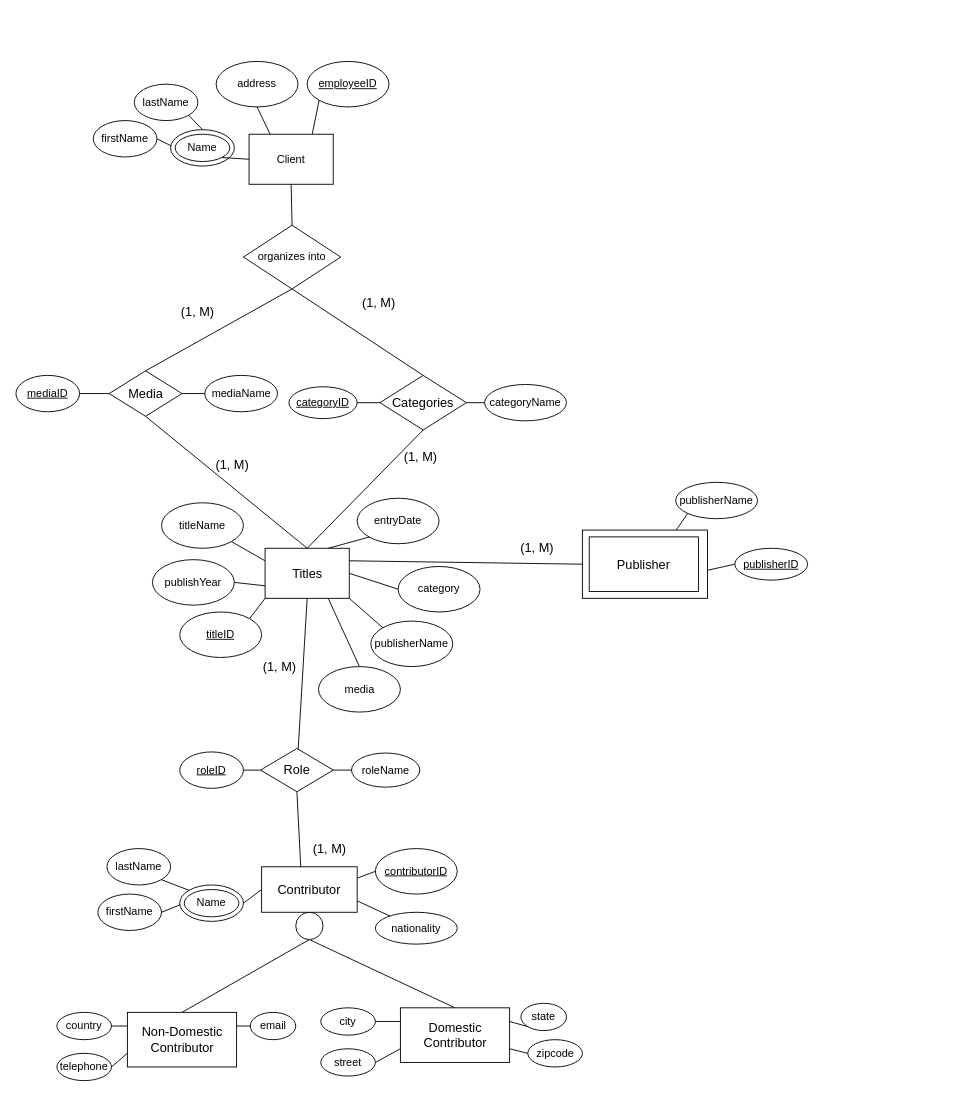
Above: projecteerd.drawio in roning54/database_design (draw.io), before the change. Source tidied: cells renumbered, new cells numbered last; positions are measured from the earlier drawing's top-left corner, leaving out a move shared by most shapes. Both pictures are drawn from the tidied source at 91%, with x=0, y=0 at pixel (15, 61).
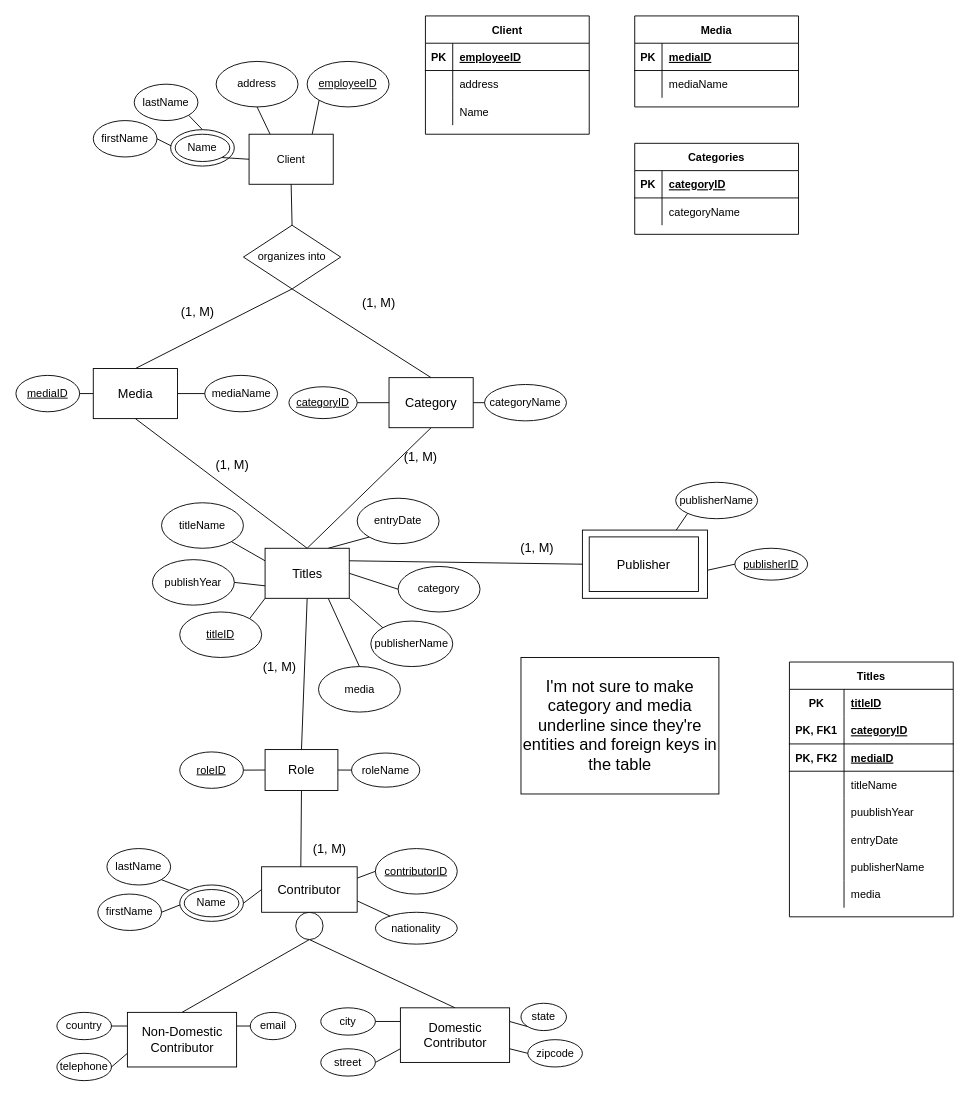
Above is the later version.

Unchanged cells that the change refers to:
```xml
<mxCell id="7" value="&lt;u&gt;mediaID&lt;/u&gt;" style="ellipse;whiteSpace=wrap;html=1;" parent="1" vertex="1">
  <mxGeometry y="345" width="70" height="40" as="geometry" />
</mxCell>
<mxCell id="8" value="mediaName" style="ellipse;whiteSpace=wrap;html=1;" parent="1" vertex="1">
  <mxGeometry x="207.5" y="345" width="80" height="40" as="geometry" />
</mxCell>
<mxCell id="43" value="&lt;u&gt;categoryID&lt;/u&gt;" style="ellipse;whiteSpace=wrap;html=1;" parent="1" vertex="1">
  <mxGeometry x="300" y="357.5" width="75" height="35" as="geometry" />
</mxCell>
<mxCell id="44" value="categoryName" style="ellipse;whiteSpace=wrap;html=1;" parent="1" vertex="1">
  <mxGeometry x="515" y="355" width="90" height="40" as="geometry" />
</mxCell>
<mxCell id="78" value="&lt;font style=&quot;font-size: 14px&quot;&gt;Titles&lt;/font&gt;" style="rounded=0;whiteSpace=wrap;html=1;" parent="1" vertex="1">
  <mxGeometry x="273.8" y="535" width="92.5" height="55" as="geometry" />
</mxCell>
<mxCell id="95" value="organizes into" style="rhombus;whiteSpace=wrap;html=1;" parent="1" vertex="1">
  <mxGeometry x="250" y="180" width="106.9" height="70" as="geometry" />
</mxCell>
```

Diff of the diagram source:
```diff
@@
-    <mxCell id="9" style="endArrow=none;html=1;entryX=0;entryY=0.5;entryDx=0;entryDy=0;exitX=1;exitY=0.5;exitDx=0;exitDy=0;" parent="1" edge="1" source="63" target="8">
+    <mxCell id="9" style="endArrow=none;html=1;entryX=0;entryY=0.5;entryDx=0;entryDy=0;exitX=1;exitY=0.5;exitDx=0;exitDy=0;" parent="1" edge="1" source="98" target="8">
       <mxGeometry relative="1" as="geometry" />
     </mxCell>
-    <mxCell id="10" style="endArrow=none;html=1;entryX=1;entryY=0.5;entryDx=0;entryDy=0;exitX=0;exitY=0.5;exitDx=0;exitDy=0;" parent="1" edge="1" source="63" target="7">
+    <mxCell id="10" style="endArrow=none;html=1;entryX=1;entryY=0.5;entryDx=0;entryDy=0;exitX=0;exitY=0.5;exitDx=0;exitDy=0;" parent="1" edge="1" source="98" target="7">
       <mxGeometry relative="1" as="geometry" />
     </mxCell>
@@
-    <mxCell id="45" style="endArrow=none;html=1;entryX=0;entryY=0.5;entryDx=0;entryDy=0;exitX=1;exitY=0.5;exitDx=0;exitDy=0;" parent="1" edge="1" source="79" target="44">
+    <mxCell id="45" style="endArrow=none;html=1;entryX=0;entryY=0.5;entryDx=0;entryDy=0;exitX=1;exitY=0.5;exitDx=0;exitDy=0;" parent="1" edge="1" source="99" target="44">
       <mxGeometry relative="1" as="geometry" />
     </mxCell>
-    <mxCell id="46" style="endArrow=none;html=1;entryX=0;entryY=0.5;entryDx=0;entryDy=0;exitX=1;exitY=0.5;exitDx=0;exitDy=0;" parent="1" edge="1" source="43" target="79">
+    <mxCell id="46" style="endArrow=none;html=1;entryX=0;entryY=0.5;entryDx=0;entryDy=0;exitX=1;exitY=0.5;exitDx=0;exitDy=0;" parent="1" edge="1" source="43" target="99">
       <mxGeometry relative="1" as="geometry" />
     </mxCell>
-    <mxCell id="47" value="&lt;font style=&quot;font-size: 14px&quot;&gt;Role&lt;/font&gt;" style="rhombus;whiteSpace=wrap;html=1;" parent="1" vertex="1">
-      <mxGeometry x="268.8" y="755" width="80" height="47.5" as="geometry" />
-    </mxCell>
@@
-    <mxCell id="50" style="endArrow=none;html=1;entryX=0.5;entryY=0;entryDx=0;entryDy=0;exitX=0.5;exitY=1;exitDx=0;exitDy=0;" parent="1" edge="1" source="95" target="79">
+    <mxCell id="50" style="endArrow=none;html=1;entryX=0.5;entryY=0;entryDx=0;entryDy=0;exitX=0.5;exitY=1;exitDx=0;exitDy=0;" parent="1" edge="1" source="95" target="99">
       <mxGeometry relative="1" as="geometry" />
     </mxCell>
@@
-    <mxCell id="63" value="&lt;font style=&quot;font-size: 14px&quot;&gt;Media&lt;/font&gt;" style="rhombus;whiteSpace=wrap;html=1;" parent="1" vertex="1">
-      <mxGeometry x="102.5" y="340" width="80" height="50" as="geometry" />
-    </mxCell>
@@
-    <mxCell id="74" style="endArrow=none;html=1;entryX=0.5;entryY=1;entryDx=0;entryDy=0;" parent="1" edge="1" source="47" target="78">
+    <mxCell id="74" style="endArrow=none;html=1;entryX=0.5;entryY=1;entryDx=0;entryDy=0;exitX=0.5;exitY=0;exitDx=0;exitDy=0;" parent="1" edge="1" source="47" target="78">
       <mxGeometry relative="1" as="geometry" />
     </mxCell>
@@
-    <mxCell id="76" style="endArrow=none;html=1;entryX=0.5;entryY=1;entryDx=0;entryDy=0;exitX=0.5;exitY=0;exitDx=0;exitDy=0;" parent="1" edge="1" source="78" target="79">
+    <mxCell id="76" style="endArrow=none;html=1;entryX=0.5;entryY=1;entryDx=0;entryDy=0;exitX=0.5;exitY=0;exitDx=0;exitDy=0;" parent="1" edge="1" source="78" target="99">
       <mxGeometry relative="1" as="geometry" />
     </mxCell>
@@
-    <mxCell id="79" value="&lt;font style=&quot;font-size: 14px&quot;&gt;Categories&lt;/font&gt;" style="rhombus;whiteSpace=wrap;html=1;" parent="1" vertex="1">
-      <mxGeometry x="400" y="345" width="95" height="60" as="geometry" />
-    </mxCell>
@@
-    <mxCell id="92" style="endArrow=none;html=1;entryX=0.5;entryY=0;entryDx=0;entryDy=0;exitX=0.5;exitY=1;exitDx=0;exitDy=0;" parent="1" edge="1" source="63" target="78">
+    <mxCell id="92" style="endArrow=none;html=1;entryX=0.5;entryY=0;entryDx=0;entryDy=0;exitX=0.5;exitY=1;exitDx=0;exitDy=0;" parent="1" edge="1" source="98" target="78">
       <mxGeometry relative="1" as="geometry" />
     </mxCell>
@@
-    <mxCell id="94" style="endArrow=none;html=1;entryX=0.5;entryY=0;entryDx=0;entryDy=0;exitX=0.5;exitY=1;exitDx=0;exitDy=0;" parent="1" edge="1" source="95" target="63">
+    <mxCell id="94" style="endArrow=none;html=1;entryX=0.5;entryY=0;entryDx=0;entryDy=0;exitX=0.5;exitY=1;exitDx=0;exitDy=0;" parent="1" edge="1" source="95" target="98">
       <mxGeometry relative="1" as="geometry" />
     </mxCell>
@@
+    <mxCell id="98" value="&lt;font style=&quot;font-size: 14px&quot;&gt;Media&lt;/font&gt;" style="rounded=0;whiteSpace=wrap;html=1;" parent="1" vertex="1">
+      <mxGeometry x="85" y="337.5" width="92.5" height="55" as="geometry" />
+    </mxCell>
+    <mxCell id="99" value="&lt;font style=&quot;font-size: 14px&quot;&gt;Category&lt;/font&gt;" style="rounded=0;whiteSpace=wrap;html=1;" parent="1" vertex="1">
+      <mxGeometry x="410" y="347.5" width="92.5" height="55" as="geometry" />
+    </mxCell>
+    <mxCell id="47" value="&lt;font style=&quot;font-size: 14px&quot;&gt;Role&lt;/font&gt;" style="rounded=0;whiteSpace=wrap;html=1;" parent="1" vertex="1">
+      <mxGeometry x="273.8" y="756.2" width="80" height="45" as="geometry" />
+    </mxCell>
+    <mxCell id="100" value="Client" style="shape=table;startSize=30;childLayout=tableLayout;rowLines=0;fontStyle=1;align=center;" parent="1" vertex="1">
+      <mxGeometry x="450" y="-50" width="180" height="130" as="geometry" />
+    </mxCell>
+    <mxCell id="101" style="shape=partialRectangle;fillColor=none;top=0;left=0;bottom=1;right=0;" parent="100" vertex="1">
+      <mxGeometry y="30" width="180" height="30" as="geometry" />
+    </mxCell>
+    <mxCell id="102" value="PK" style="shape=partialRectangle;fillColor=none;top=0;left=0;bottom=0;right=0;fontStyle=1;overflow=hidden;" parent="101" vertex="1">
+      <mxGeometry width="30" height="30" as="geometry" />
+    </mxCell>
+    <mxCell id="103" value="employeeID" style="shape=partialRectangle;fillColor=none;top=0;left=0;bottom=0;right=0;align=left;spacingLeft=6;fontStyle=5;overflow=hidden;" parent="101" vertex="1">
+      <mxGeometry x="30" width="150" height="30" as="geometry" />
+    </mxCell>
+    <mxCell id="104" style="shape=partialRectangle;fillColor=none;top=0;left=0;bottom=0;right=0;" parent="100" vertex="1">
+      <mxGeometry y="60" width="180" height="30" as="geometry" />
+    </mxCell>
+    <mxCell id="105" style="shape=partialRectangle;fillColor=none;top=0;left=0;bottom=0;right=0;overflow=hidden;" parent="104" vertex="1">
+      <mxGeometry width="30" height="30" as="geometry" />
+    </mxCell>
+    <mxCell id="106" value="address" style="shape=partialRectangle;fillColor=none;top=0;left=0;bottom=0;right=0;align=left;spacingLeft=6;overflow=hidden;" parent="104" vertex="1">
+      <mxGeometry x="30" width="150" height="30" as="geometry" />
+    </mxCell>
+    <mxCell id="107" style="shape=partialRectangle;fillColor=none;top=0;left=0;bottom=0;right=0;" parent="100" vertex="1">
+      <mxGeometry y="90" width="180" height="30" as="geometry" />
+    </mxCell>
+    <mxCell id="108" style="shape=partialRectangle;fillColor=none;top=0;left=0;bottom=0;right=0;overflow=hidden;" parent="107" vertex="1">
+      <mxGeometry width="30" height="30" as="geometry" />
+    </mxCell>
+    <mxCell id="109" value="Name" style="shape=partialRectangle;fillColor=none;top=0;left=0;bottom=0;right=0;align=left;spacingLeft=6;overflow=hidden;" parent="107" vertex="1">
+      <mxGeometry x="30" width="150" height="30" as="geometry" />
+    </mxCell>
+    <mxCell id="110" value="Media" style="shape=table;startSize=30;childLayout=tableLayout;rowLines=0;fontStyle=1;align=center;" parent="1" vertex="1">
+      <mxGeometry x="680" y="-50" width="180" height="100" as="geometry" />
+    </mxCell>
+    <mxCell id="111" style="shape=partialRectangle;fillColor=none;top=0;left=0;bottom=1;right=0;" parent="110" vertex="1">
+      <mxGeometry y="30" width="180" height="30" as="geometry" />
+    </mxCell>
+    <mxCell id="112" value="PK" style="shape=partialRectangle;fillColor=none;top=0;left=0;bottom=0;right=0;fontStyle=1;overflow=hidden;" parent="111" vertex="1">
+      <mxGeometry width="30" height="30" as="geometry" />
+    </mxCell>
+    <mxCell id="113" value="mediaID" style="shape=partialRectangle;fillColor=none;top=0;left=0;bottom=0;right=0;align=left;spacingLeft=6;fontStyle=5;overflow=hidden;" parent="111" vertex="1">
+      <mxGeometry x="30" width="150" height="30" as="geometry" />
+    </mxCell>
+    <mxCell id="114" style="shape=partialRectangle;fillColor=none;top=0;left=0;bottom=0;right=0;" parent="110" vertex="1">
+      <mxGeometry y="60" width="180" height="30" as="geometry" />
+    </mxCell>
+    <mxCell id="115" style="shape=partialRectangle;fillColor=none;top=0;left=0;bottom=0;right=0;overflow=hidden;" parent="114" vertex="1">
+      <mxGeometry width="30" height="30" as="geometry" />
+    </mxCell>
+    <mxCell id="116" value="mediaName" style="shape=partialRectangle;fillColor=none;top=0;left=0;bottom=0;right=0;align=left;spacingLeft=6;overflow=hidden;" parent="114" vertex="1">
+      <mxGeometry x="30" width="150" height="30" as="geometry" />
+    </mxCell>
+    <mxCell id="79" value="Categories" style="shape=table;startSize=30;childLayout=tableLayout;rowLines=0;fontStyle=1;align=center;" parent="1" vertex="1">
+      <mxGeometry x="680" y="90" width="180" height="100" as="geometry" />
+    </mxCell>
+    <mxCell id="117" style="shape=partialRectangle;fillColor=none;top=0;left=0;bottom=1;right=0;" parent="79" vertex="1">
+      <mxGeometry y="30" width="180" height="30" as="geometry" />
+    </mxCell>
+    <mxCell id="118" value="PK" style="shape=partialRectangle;fillColor=none;top=0;left=0;bottom=0;right=0;fontStyle=1;overflow=hidden;" parent="117" vertex="1">
+      <mxGeometry width="30" height="30" as="geometry" />
+    </mxCell>
+    <mxCell id="119" value="categoryID" style="shape=partialRectangle;fillColor=none;top=0;left=0;bottom=0;right=0;align=left;spacingLeft=6;fontStyle=5;overflow=hidden;" parent="117" vertex="1">
+      <mxGeometry x="30" width="150" height="30" as="geometry" />
+    </mxCell>
+    <mxCell id="120" style="shape=partialRectangle;fillColor=none;top=0;left=0;bottom=0;right=0;" parent="79" vertex="1">
+      <mxGeometry y="60" width="180" height="30" as="geometry" />
+    </mxCell>
+    <mxCell id="121" style="shape=partialRectangle;fillColor=none;top=0;left=0;bottom=0;right=0;overflow=hidden;" parent="120" vertex="1">
+      <mxGeometry width="30" height="30" as="geometry" />
+    </mxCell>
+    <mxCell id="122" value="categoryName" style="shape=partialRectangle;fillColor=none;top=0;left=0;bottom=0;right=0;align=left;spacingLeft=6;overflow=hidden;" parent="120" vertex="1">
+      <mxGeometry x="30" width="150" height="30" as="geometry" />
+    </mxCell>
+    <mxCell id="123" value="Titles" style="shape=table;startSize=30;childLayout=tableLayout;rowLines=0;fontStyle=1;align=center;" parent="1" vertex="1">
+      <mxGeometry x="850" y="660" width="180" height="280" as="geometry" />
+    </mxCell>
+    <mxCell id="124" style="shape=partialRectangle;fillColor=none;top=0;left=0;bottom=0;right=0;" parent="123" vertex="1">
+      <mxGeometry y="30" width="180" height="30" as="geometry" />
+    </mxCell>
+    <mxCell id="125" value="PK" style="shape=partialRectangle;fillColor=none;top=0;left=0;bottom=0;right=0;fontStyle=1;overflow=hidden;" parent="124" vertex="1">
+      <mxGeometry width="60" height="30" as="geometry" />
+    </mxCell>
+    <mxCell id="126" value="titleID" style="shape=partialRectangle;fillColor=none;top=0;left=0;bottom=0;right=0;align=left;spacingLeft=6;fontStyle=5;overflow=hidden;" parent="124" vertex="1">
+      <mxGeometry x="60" width="120" height="30" as="geometry" />
+    </mxCell>
+    <mxCell id="127" style="shape=partialRectangle;fillColor=none;top=0;left=0;bottom=1;right=0;" parent="123" vertex="1">
+      <mxGeometry y="60" width="180" height="30" as="geometry" />
+    </mxCell>
+    <mxCell id="128" value="PK, FK1" style="shape=partialRectangle;fillColor=none;top=0;left=0;bottom=0;right=0;fontStyle=1;overflow=hidden;" parent="127" vertex="1">
+      <mxGeometry width="60" height="30" as="geometry" />
+    </mxCell>
+    <mxCell id="129" value="categoryID" style="shape=partialRectangle;fillColor=none;top=0;left=0;bottom=0;right=0;align=left;spacingLeft=6;fontStyle=5;overflow=hidden;" parent="127" vertex="1">
+      <mxGeometry x="60" width="120" height="30" as="geometry" />
+    </mxCell>
+    <mxCell id="130" style="shape=partialRectangle;fillColor=none;top=0;left=0;bottom=1;right=0;" parent="123" vertex="1">
+      <mxGeometry y="90" width="180" height="30" as="geometry" />
+    </mxCell>
+    <mxCell id="131" value="PK, FK2" style="shape=partialRectangle;fillColor=none;top=0;left=0;bottom=0;right=0;fontStyle=1;overflow=hidden;" parent="130" vertex="1">
+      <mxGeometry width="60" height="30" as="geometry" />
+    </mxCell>
+    <mxCell id="132" value="mediaID" style="shape=partialRectangle;fillColor=none;top=0;left=0;bottom=0;right=0;align=left;spacingLeft=6;fontStyle=5;overflow=hidden;" parent="130" vertex="1">
+      <mxGeometry x="60" width="120" height="30" as="geometry" />
+    </mxCell>
+    <mxCell id="133" style="shape=partialRectangle;fillColor=none;top=0;left=0;bottom=0;right=0;" parent="123" vertex="1">
+      <mxGeometry y="120" width="180" height="30" as="geometry" />
+    </mxCell>
+    <mxCell id="134" style="shape=partialRectangle;fillColor=none;top=0;left=0;bottom=0;right=0;overflow=hidden;" parent="133" vertex="1">
+      <mxGeometry width="60" height="30" as="geometry" />
+    </mxCell>
+    <mxCell id="135" value="titleName" style="shape=partialRectangle;fillColor=none;top=0;left=0;bottom=0;right=0;align=left;spacingLeft=6;overflow=hidden;" parent="133" vertex="1">
+      <mxGeometry x="60" width="120" height="30" as="geometry" />
+    </mxCell>
+    <mxCell id="136" style="shape=partialRectangle;fillColor=none;top=0;left=0;bottom=0;right=0;" parent="123" vertex="1">
+      <mxGeometry y="150" width="180" height="30" as="geometry" />
+    </mxCell>
+    <mxCell id="137" style="shape=partialRectangle;fillColor=none;top=0;left=0;bottom=0;right=0;overflow=hidden;" parent="136" vertex="1">
+      <mxGeometry width="60" height="30" as="geometry" />
+    </mxCell>
+    <mxCell id="138" value="puublishYear" style="shape=partialRectangle;fillColor=none;top=0;left=0;bottom=0;right=0;align=left;spacingLeft=6;overflow=hidden;" parent="136" vertex="1">
+      <mxGeometry x="60" width="120" height="30" as="geometry" />
+    </mxCell>
+    <mxCell id="139" style="shape=partialRectangle;fillColor=none;top=0;left=0;bottom=0;right=0;" parent="123" vertex="1">
+      <mxGeometry y="180" width="180" height="30" as="geometry" />
+    </mxCell>
+    <mxCell id="140" style="shape=partialRectangle;fillColor=none;top=0;left=0;bottom=0;right=0;overflow=hidden;" parent="139" vertex="1">
+      <mxGeometry width="60" height="30" as="geometry" />
+    </mxCell>
+    <mxCell id="141" value="entryDate" style="shape=partialRectangle;fillColor=none;top=0;left=0;bottom=0;right=0;align=left;spacingLeft=6;overflow=hidden;" parent="139" vertex="1">
+      <mxGeometry x="60" width="120" height="30" as="geometry" />
+    </mxCell>
+    <mxCell id="142" style="shape=partialRectangle;fillColor=none;top=0;left=0;bottom=0;right=0;" parent="123" vertex="1">
+      <mxGeometry y="210" width="180" height="30" as="geometry" />
+    </mxCell>
+    <mxCell id="143" style="shape=partialRectangle;fillColor=none;top=0;left=0;bottom=0;right=0;overflow=hidden;" parent="142" vertex="1">
+      <mxGeometry width="60" height="30" as="geometry" />
+    </mxCell>
+    <mxCell id="144" value="publisherName" style="shape=partialRectangle;fillColor=none;top=0;left=0;bottom=0;right=0;align=left;spacingLeft=6;overflow=hidden;" parent="142" vertex="1">
+      <mxGeometry x="60" width="120" height="30" as="geometry" />
+    </mxCell>
+    <mxCell id="145" style="shape=partialRectangle;fillColor=none;top=0;left=0;bottom=0;right=0;" parent="123" vertex="1">
+      <mxGeometry y="240" width="180" height="30" as="geometry" />
+    </mxCell>
+    <mxCell id="146" style="shape=partialRectangle;fillColor=none;top=0;left=0;bottom=0;right=0;overflow=hidden;" parent="145" vertex="1">
+      <mxGeometry width="60" height="30" as="geometry" />
+    </mxCell>
+    <mxCell id="147" value="media" style="shape=partialRectangle;fillColor=none;top=0;left=0;bottom=0;right=0;align=left;spacingLeft=6;overflow=hidden;" parent="145" vertex="1">
+      <mxGeometry x="60" width="120" height="30" as="geometry" />
+    </mxCell>
+    <mxCell id="148" value="&lt;font style=&quot;font-size: 18px&quot;&gt;I'm not sure to make category and media underline since they're entities and foreign keys in the table&lt;/font&gt;" style="rounded=0;whiteSpace=wrap;html=1;" parent="1" vertex="1">
+      <mxGeometry x="555" y="655" width="217.5" height="150" as="geometry" />
+    </mxCell>
```
